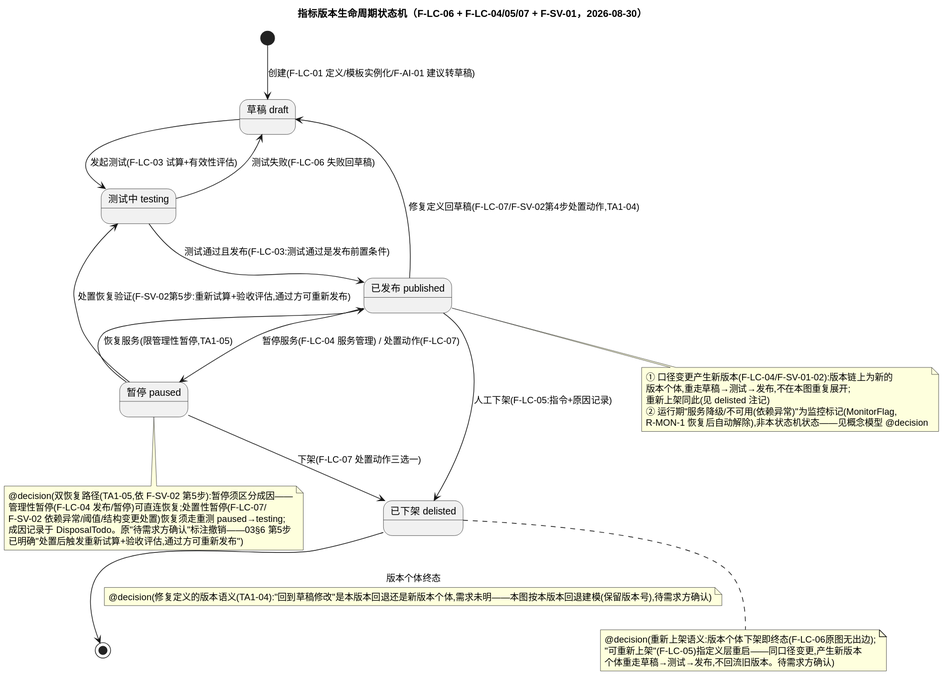
Before: research/requirement-to-spec/cases/intelli-metric/formal/flow-metric.svg, a diagram exported from PlantUML (fisheryu-cn1/AI-Coding-Engineering).
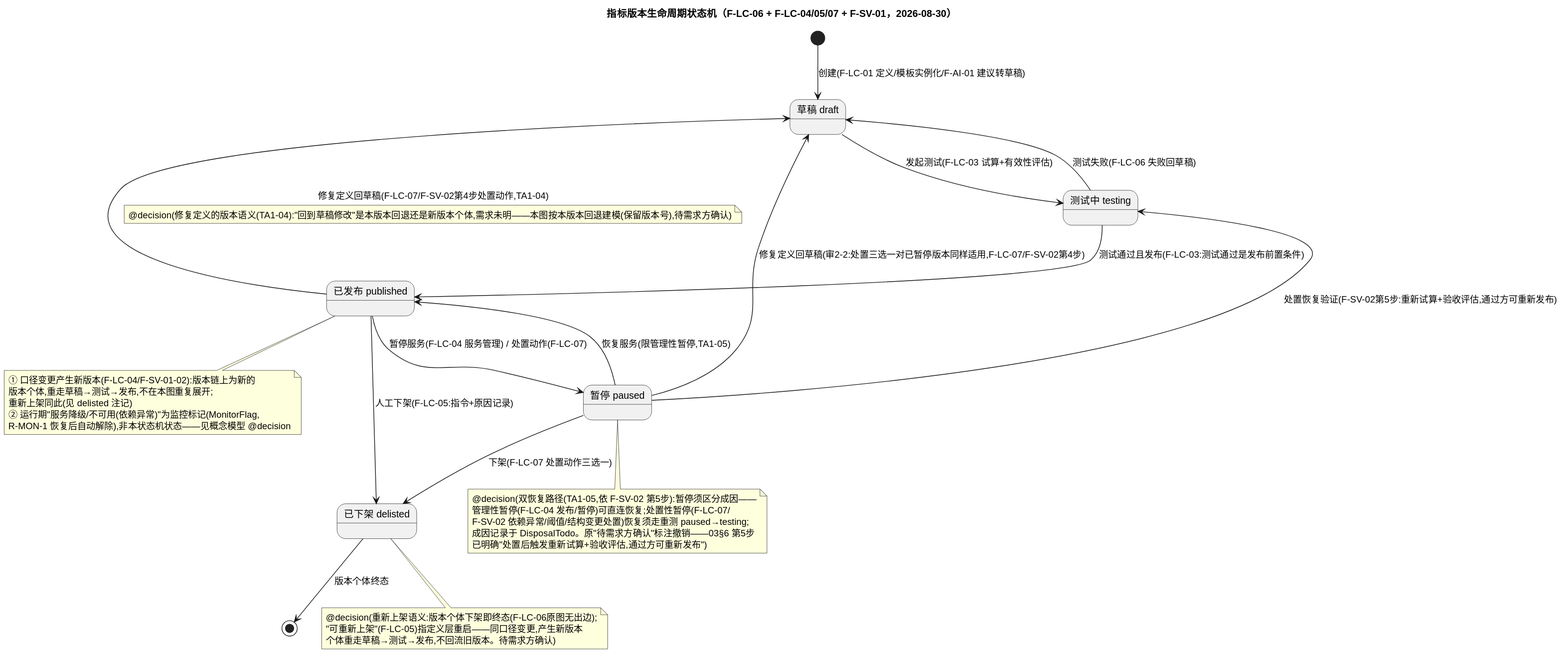
Later version of the same file.

The edit, as a diff of the source:
```diff
@@ -15,7 +15,9 @@
 published --> paused : 暂停服务(F-LC-04 服务管理) / 处置动作(F-LC-07)
 paused --> published : 恢复服务(限管理性暂停,TA1-05)
 paused --> testing : 处置恢复验证(F-SV-02第5步:重新试算+验收评估,通过方可重新发布)
+paused --> draft : 修复定义回草稿(审2-2:处置三选一对已暂停版本同样适用,F-LC-07/F-SV-02第4步)
 published --> draft : 修复定义回草稿(F-LC-07/F-SV-02第4步处置动作,TA1-04)
+note on link : @decision(修复定义的版本语义(TA1-04):"回到草稿修改"是本版本回退还是新版本个体,需求未明——本图按本版本回退建模(保留版本号),待需求方确认)
 published --> delisted : 人工下架(F-LC-05:指令+原因记录)
 paused --> delisted : 下架(F-LC-07 处置动作三选一)
 delisted --> [*] : 版本个体终态
@@ -25,7 +27,6 @@
   "可重新上架"(F-LC-05)指定义层重启——同口径变更,产生新版本
   个体重走草稿→测试→发布,不回流旧版本。待需求方确认)
 end note
-note on link : @decision(修复定义的版本语义(TA1-04):"回到草稿修改"是本版本回退还是新版本个体,需求未明——本图按本版本回退建模(保留版本号),待需求方确认)
 note bottom of paused
   @decision(双恢复路径(TA1-05,依 F-SV-02 第5步):暂停须区分成因——
   管理性暂停(F-LC-04 发布/暂停)可直连恢复;处置性暂停(F-LC-07/
```
